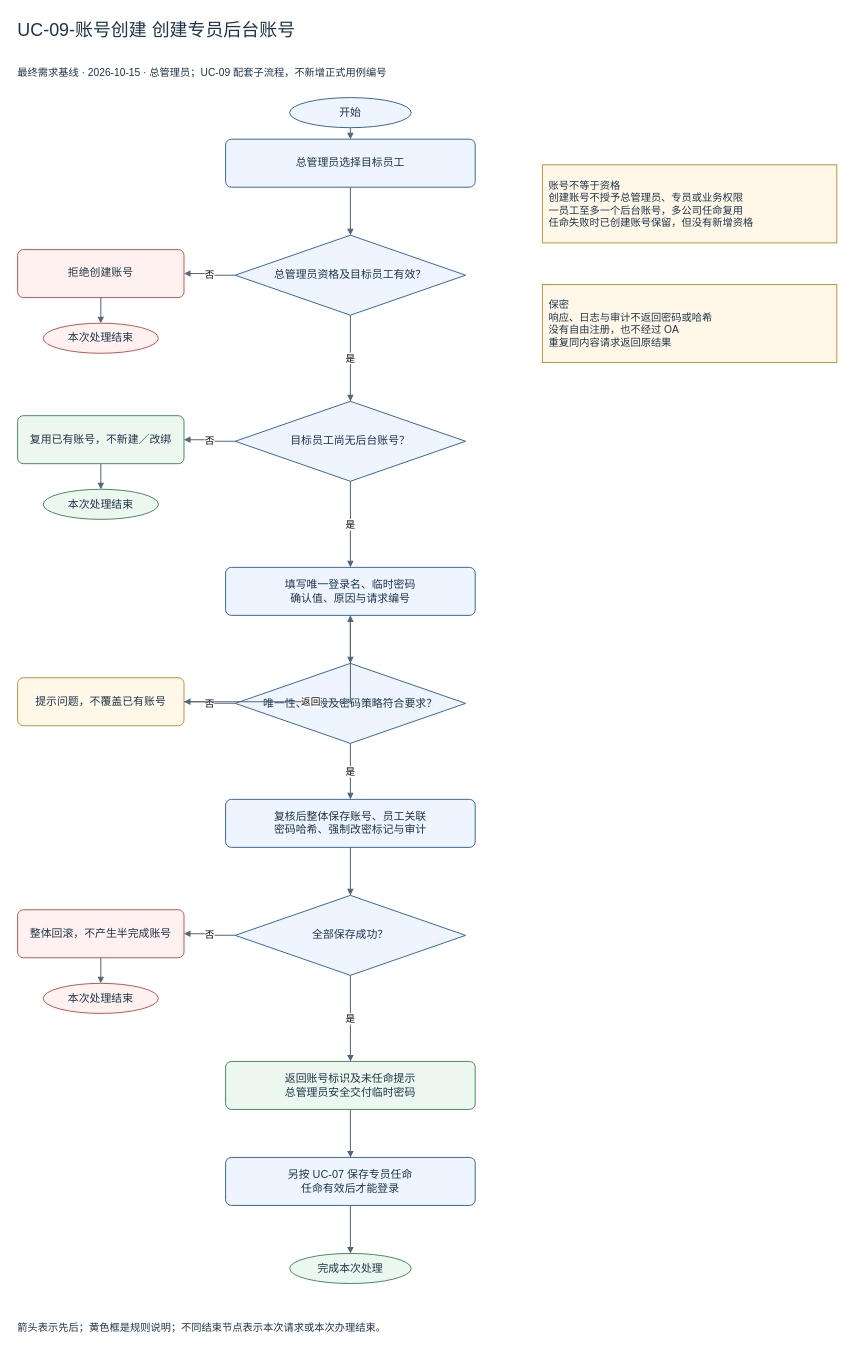
Before: page "UC-09-账号创建 创建权限管理员后台账号" (2 of 5) of docs/flows-v1/UC-09_管理员登录与退出_流程图.drawio in Noah-hope/RBAC-admin, a draw.io diagram. Source tidied: cells renumbered, new cells numbered last; positions are measured from the earlier drawing's top-left corner, leaving out a move shared by most shapes. Both pictures are drawn from the tidied source at 64%, with x=0, y=0 at pixel (11, 11).
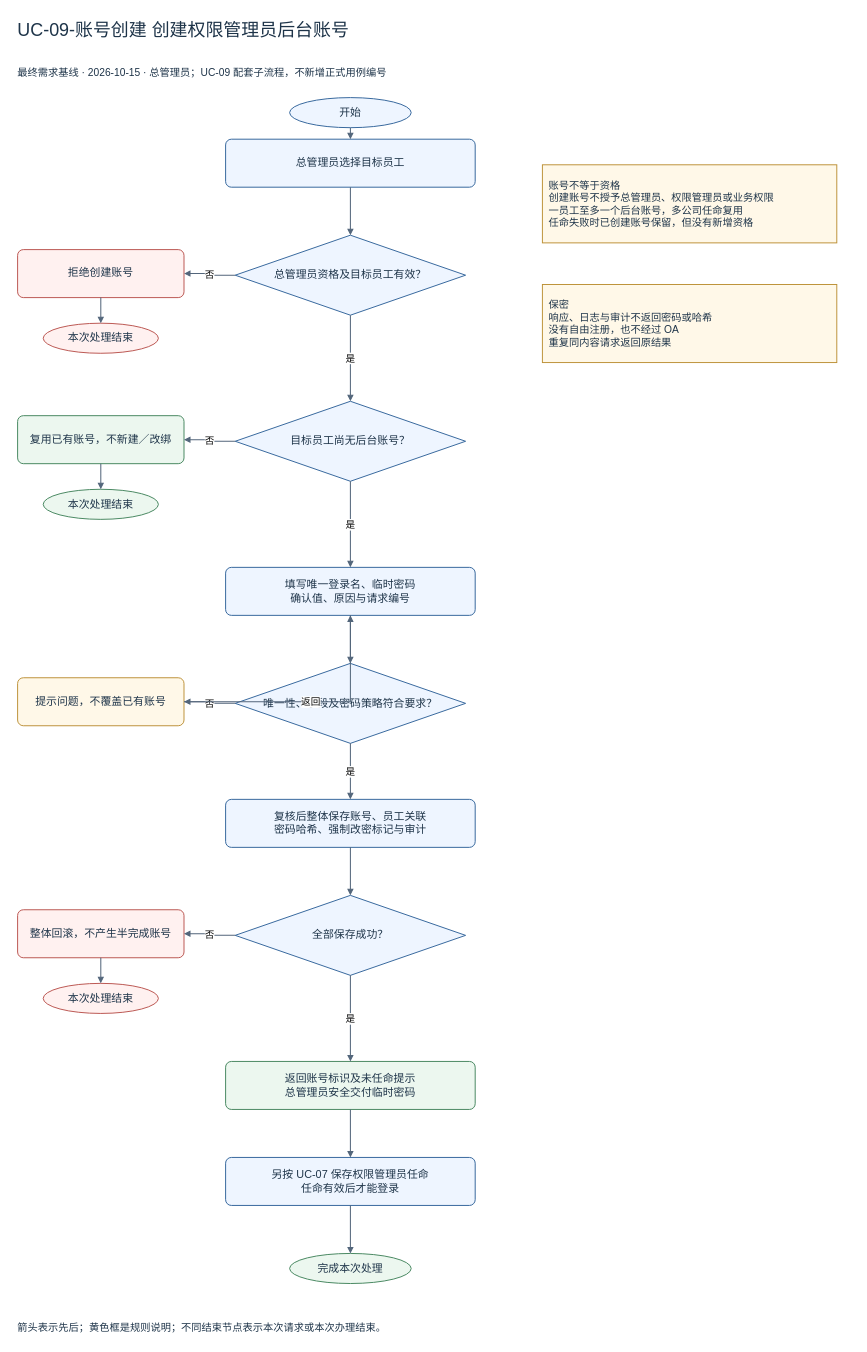
The same page after the edit.

What changed in the source:
```diff
@@
-    <mxCell id="2" value="UC-09-账号创建 创建专员后台账号" style="text;html=1;whiteSpace=wrap;fontFamily=Microsoft YaHei;fontSize=17;fontColor=#1e3449;align=center;verticalAlign=middle;spacing=10;fillColor=#eef5ff;strokeColor=#32649a;strokeWidth=1.5;fillColor=none;strokeColor=none;align=left;fontSize=28;" parent="1" vertex="1">
+    <mxCell id="2" value="UC-09-账号创建 创建权限管理员后台账号" style="text;html=1;whiteSpace=wrap;fontFamily=Microsoft YaHei;fontSize=17;fontColor=#1e3449;align=center;verticalAlign=middle;spacing=10;fillColor=#eef5ff;strokeColor=#32649a;strokeWidth=1.5;fillColor=none;strokeColor=none;align=left;fontSize=28;" parent="1" vertex="1">
       <mxGeometry width="1320" height="60" as="geometry" />
     </mxCell>
@@
-    <mxCell id="20" value="另按 UC-07 保存专员任命&lt;br&gt;任命有效后才能登录" style="rounded=1;arcSize=12;html=1;whiteSpace=wrap;fontFamily=Microsoft YaHei;fontSize=17;fontColor=#1e3449;align=center;verticalAlign=middle;spacing=10;fillColor=#eef5ff;strokeColor=#32649a;strokeWidth=1.5;" parent="1" vertex="1">
+    <mxCell id="20" value="另按 UC-07 保存权限管理员任命&lt;br&gt;任命有效后才能登录" style="rounded=1;arcSize=12;html=1;whiteSpace=wrap;fontFamily=Microsoft YaHei;fontSize=17;fontColor=#1e3449;align=center;verticalAlign=middle;spacing=10;fillColor=#eef5ff;strokeColor=#32649a;strokeWidth=1.5;" parent="1" vertex="1">
       <mxGeometry x="335" y="1791" width="390" height="75" as="geometry" />
     </mxCell>
@@
-    <mxCell id="22" value="账号不等于资格&lt;br&gt;创建账号不授予总管理员、专员或业务权限&lt;br&gt;一员工至多一个后台账号，多公司任命复用&lt;br&gt;任命失败时已创建账号保留，但没有新增资格" style="rounded=0;html=1;whiteSpace=wrap;fontFamily=Microsoft YaHei;fontSize=17;fontColor=#1e3449;align=center;verticalAlign=middle;spacing=10;fillColor=#fff8e8;strokeColor=#bc9036;strokeWidth=1.5;align=left;fontSize=16;" parent="1" vertex="1">
+    <mxCell id="22" value="账号不等于资格&lt;br&gt;创建账号不授予总管理员、权限管理员或业务权限&lt;br&gt;一员工至多一个后台账号，多公司任命复用&lt;br&gt;任命失败时已创建账号保留，但没有新增资格" style="rounded=0;html=1;whiteSpace=wrap;fontFamily=Microsoft YaHei;fontSize=17;fontColor=#1e3449;align=center;verticalAlign=middle;spacing=10;fillColor=#fff8e8;strokeColor=#bc9036;strokeWidth=1.5;align=left;fontSize=16;" parent="1" vertex="1">
       <mxGeometry x="830" y="240" width="460" height="122" as="geometry" />
     </mxCell>
```
